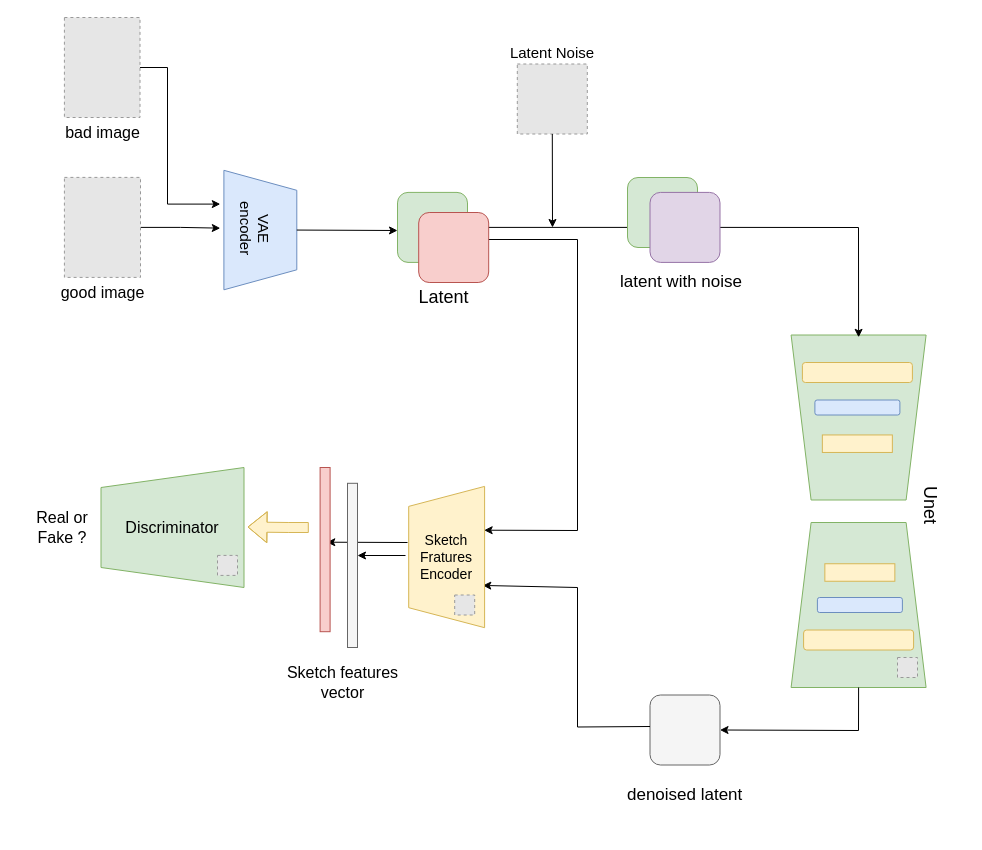
Above: drawio/2025.03.04.drawio in Sinon0919/SwartArt (draw.io), before the change. Source tidied: cells renumbered, new cells numbered last; positions are measured from the earlier drawing's top-left corner, leaving out a move shared by most shapes. Both pictures are drawn from the tidied source at 100%, with x=0, y=0 at pixel (17, 17). Pictures stored in the file or linked from it are replaced by grey dashed boxes.
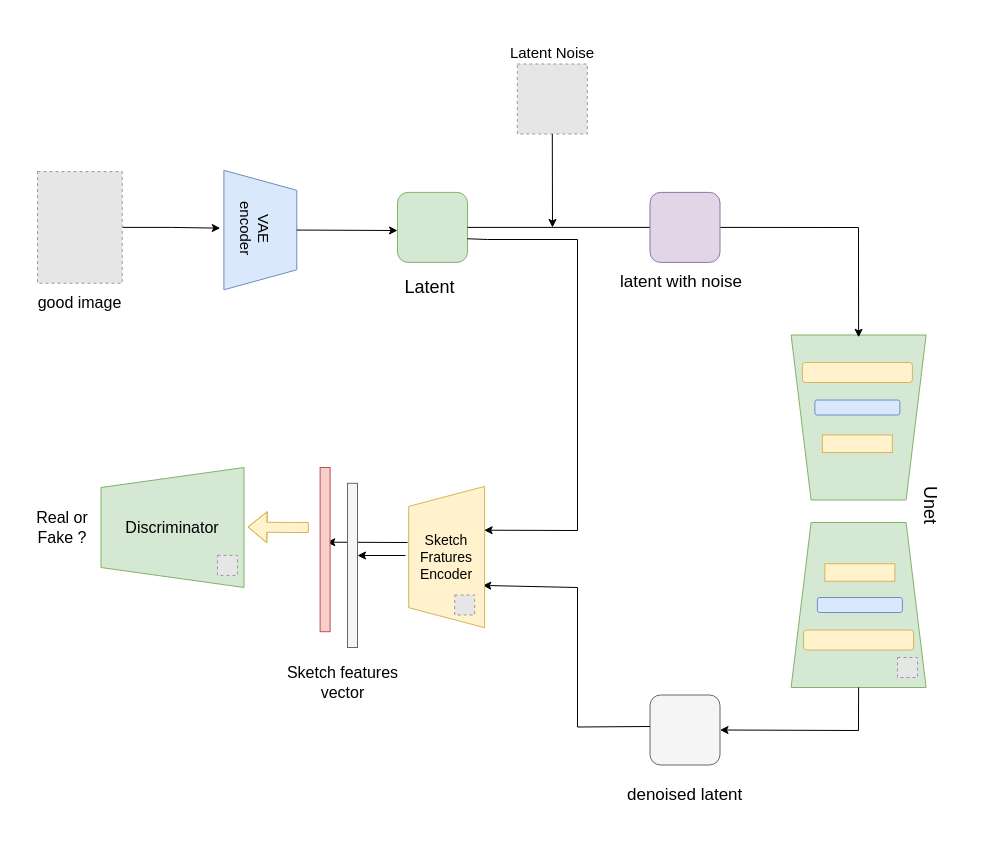
The same diagram, later.

The change refers to these unchanged cells:
```xml
<mxCell id="17" value="&lt;font style=&quot;font-size: 15px;&quot;&gt;VAE encoder&lt;/font&gt;" style="text;strokeColor=none;align=center;fillColor=none;html=1;verticalAlign=middle;whiteSpace=wrap;rounded=0;textDirection=vertical-rl;" parent="1" vertex="1">
  <mxGeometry x="202.8" y="186.6" width="65.7" height="48.1" as="geometry" />
</mxCell>
```

The edit, as a diff of the source:
```diff
@@
-    <mxCell id="3" style="edgeStyle=orthogonalEdgeStyle;rounded=0;jettySize=auto;html=1;exitX=1;exitY=0.5;exitDx=0;exitDy=0;entryX=0;entryY=0.5;entryDx=0;entryDy=0;" parent="1" edge="1" source="4" target="17">
+    <mxCell id="3" style="edgeStyle=orthogonalEdgeStyle;rounded=0;jettySize=auto;html=1;entryX=0;entryY=0.5;entryDx=0;entryDy=0;" parent="1" edge="1" source="50" target="17">
       <mxGeometry relative="1" as="geometry" />
     </mxCell>
-    <mxCell id="4" style="fillColor=#E6E6E6;strokeColor=#999999;dashed=1;verticalLabelPosition=bottom;labelBackgroundColor=default;verticalAlign=top;" parent="1" vertex="1">
-      <mxGeometry x="46.9" y="159.9" width="76.1" height="100" as="geometry" />
-    </mxCell>
@@
-    <mxCell id="9" value="&lt;font style=&quot;font-size: 16px;&quot;&gt;bad image&lt;/font&gt;" style="text;strokeColor=none;align=center;fillColor=none;html=1;verticalAlign=middle;whiteSpace=wrap;rounded=0;" parent="1" vertex="1">
-      <mxGeometry x="38.5" y="100" width="93" height="30" as="geometry" />
-    </mxCell>
     <mxCell id="10" value="&lt;font style=&quot;font-size: 16px;&quot;&gt;good image&lt;/font&gt;" style="text;strokeColor=none;align=center;fillColor=none;html=1;verticalAlign=middle;whiteSpace=wrap;rounded=0;" parent="1" vertex="1">
-      <mxGeometry x="38.5" y="259.9" width="93" height="30" as="geometry" />
+      <mxGeometry x="15.9" y="270" width="93" height="30" as="geometry" />
     </mxCell>
-    <mxCell id="11" style="edgeStyle=orthogonalEdgeStyle;rounded=0;jettySize=auto;html=1;exitX=1;exitY=0.5;exitDx=0;exitDy=0;entryX=0;entryY=0;entryDx=0;entryDy=0;" parent="1" edge="1" source="12" target="17">
-      <mxGeometry relative="1" as="geometry">
-        <Array as="points">
-          <mxPoint x="150" y="50" />
-          <mxPoint x="150" y="187" />
-        </Array>
-      </mxGeometry>
-    </mxCell>
-    <mxCell id="12" style="fillColor=#E6E6E6;strokeColor=#999999;dashed=1;verticalLabelPosition=bottom;labelBackgroundColor=default;verticalAlign=top;" parent="1" vertex="1">
-      <mxGeometry x="46.9" width="75.6" height="100" as="geometry" />
-    </mxCell>
@@
     <mxCell id="23" value="&lt;font style=&quot;font-size: 18px;&quot;&gt;Latent&amp;nbsp;&lt;/font&gt;" style="text;strokeColor=none;align=center;fillColor=none;html=1;verticalAlign=middle;whiteSpace=wrap;rounded=0;" parent="1" vertex="1">
-      <mxGeometry x="384.2" y="244.9" width="90" height="70" as="geometry" />
+      <mxGeometry x="370" y="234.7" width="90" height="70" as="geometry" />
     </mxCell>
@@
-    <mxCell id="42" style="rounded=1;whiteSpace=wrap;html=1;fillColor=#d5e8d4;strokeColor=#82b366;" parent="1" vertex="1">
-      <mxGeometry x="610" y="160" width="70" height="70" as="geometry" />
-    </mxCell>
@@
-    <mxCell id="48" style="rounded=1;whiteSpace=wrap;html=1;fillColor=#f8cecc;strokeColor=#b85450;" parent="1" vertex="1">
-      <mxGeometry x="401.2" y="195" width="70" height="70" as="geometry" />
-    </mxCell>
@@
+    <mxCell id="50" style="fillColor=#E6E6E6;strokeColor=#999999;dashed=1;verticalLabelPosition=bottom;labelBackgroundColor=default;verticalAlign=top;" parent="1" vertex="1">
+      <mxGeometry x="20" y="154.1" width="84.7" height="111.6" as="geometry" />
+    </mxCell>
```
